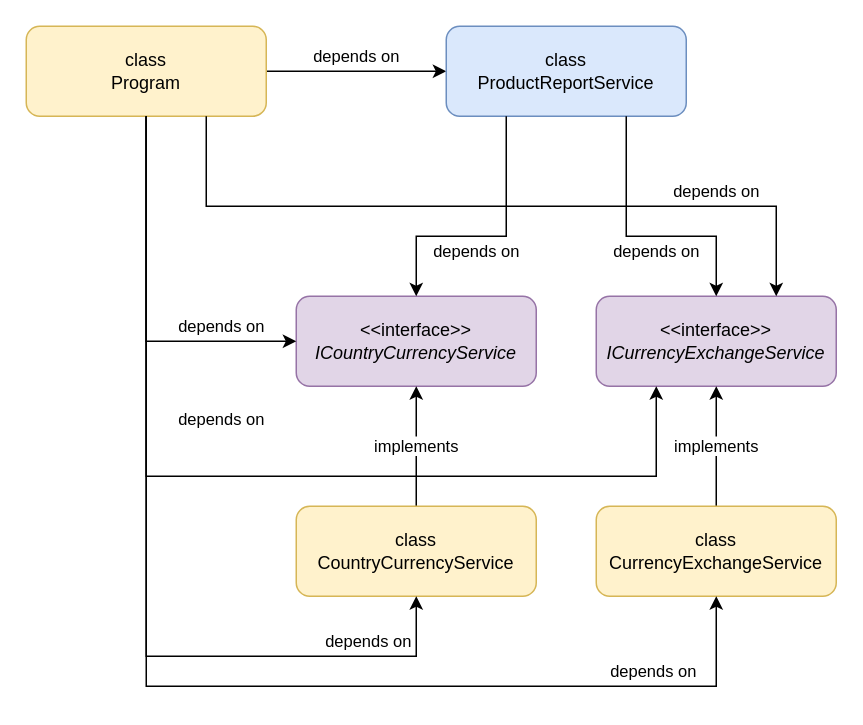
The draw.io diagram page "ProductReportService+Interfaces" (5 of 7) of module03/module03.drawio in epam-dotnet-lab/northwind-apps, before the edit. Source tidied: cells renumbered, new cells numbered last; positions are measured from the earlier drawing's top-left corner, leaving out a move shared by most shapes. Both pictures are drawn from the tidied source at 150%, with x=0, y=0 at pixel (26, 26).
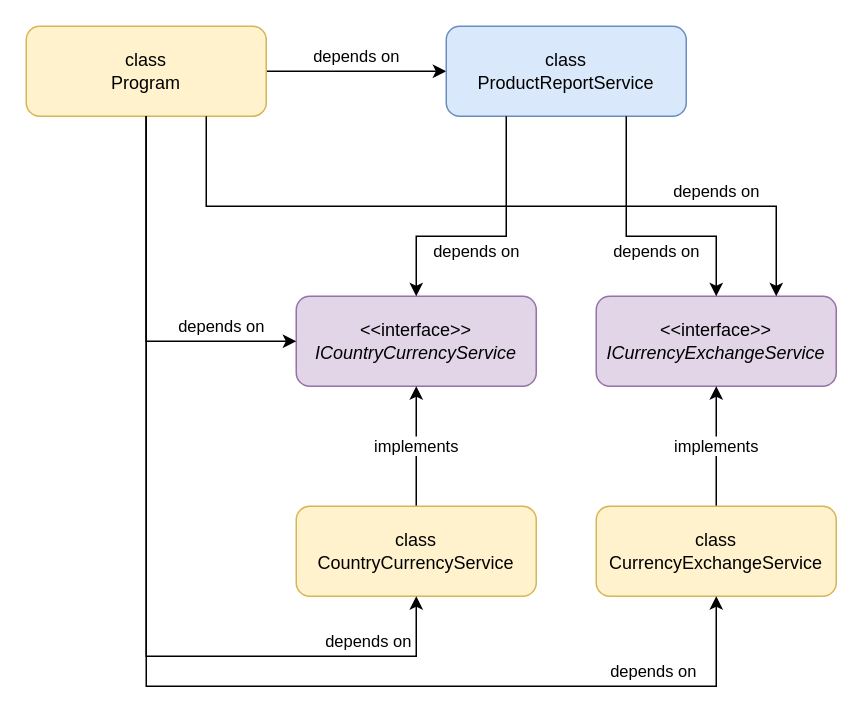
The same diagram, later.

Unchanged cells that the change refers to:
```xml
<mxCell id="3" value="class&lt;br&gt;Program" style="rounded=1;whiteSpace=wrap;html=1;fillColor=#fff2cc;strokeColor=#d6b656;" parent="1" vertex="1">
  <mxGeometry width="160" height="60" as="geometry" />
</mxCell>
<mxCell id="4" value="&amp;lt;&amp;lt;interface&amp;gt;&amp;gt;&lt;br&gt;&lt;i&gt;ICurrencyExchangeService&lt;/i&gt;" style="rounded=1;whiteSpace=wrap;html=1;fillColor=#e1d5e7;strokeColor=#9673a6;" parent="1" vertex="1">
  <mxGeometry x="380" y="180" width="160" height="60" as="geometry" />
</mxCell>
```

What changed in the source:
```diff
@@
-    <mxCell id="15" value="depends on" style="edgeStyle=orthogonalEdgeStyle;rounded=0;jettySize=auto;html=1;entryX=0.25;entryY=1;entryDx=0;entryDy=0;" parent="1" edge="1" source="3" target="4">
-      <mxGeometry x="-0.37" y="50" relative="1" as="geometry">
-        <Array as="points">
-          <mxPoint x="80" y="300" />
-          <mxPoint x="420" y="300" />
-        </Array>
-      </mxGeometry>
-    </mxCell>
```
